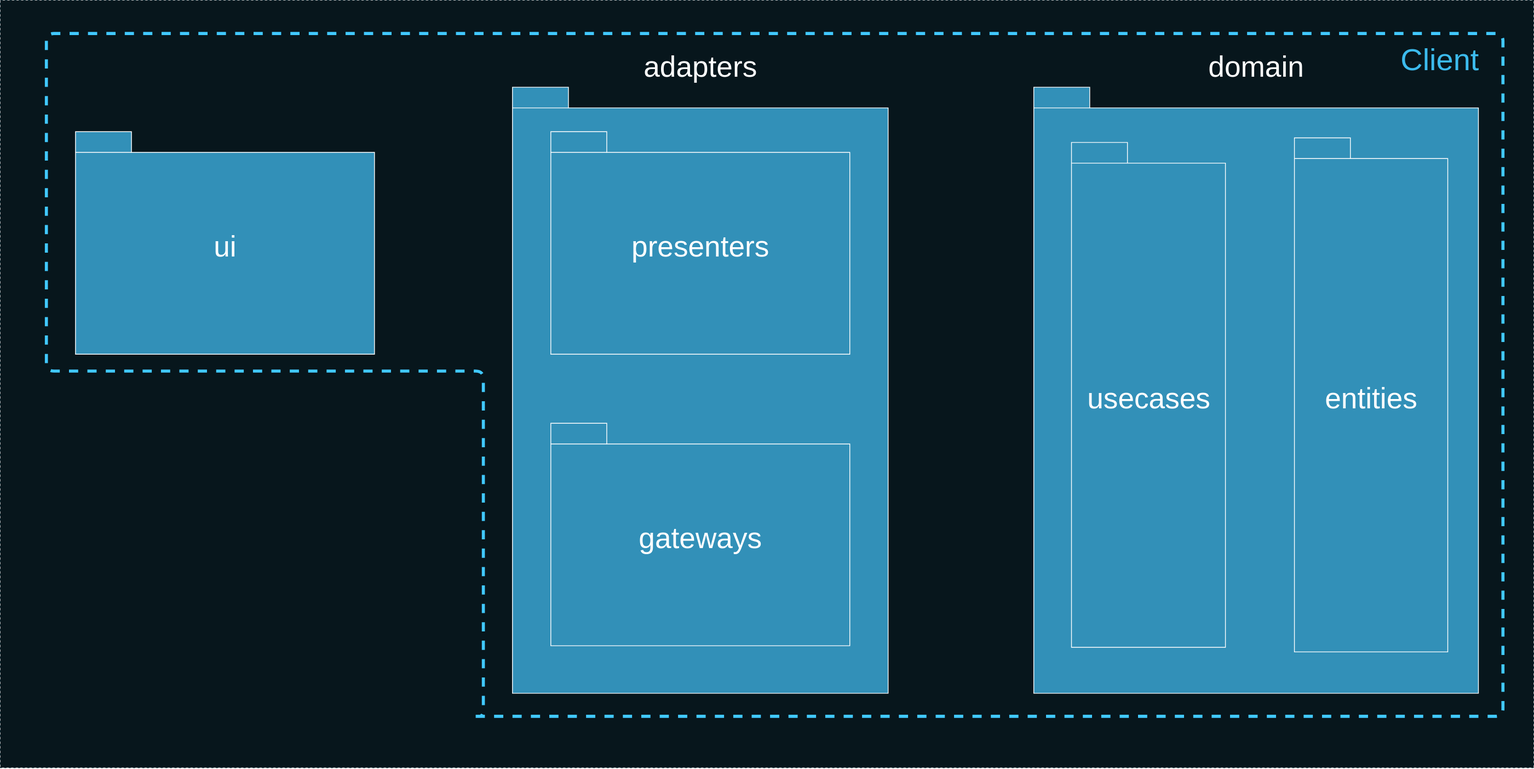
Above: deck/ru/diagrams/packagesClient.svg in AlexanderLapygin/ca-react-rest-api-starter (draw.io), before the change. Source tidied: cells renumbered, new cells last; positions are measured from the earlier drawing's top-left corner, leaving out a move shared by most shapes.
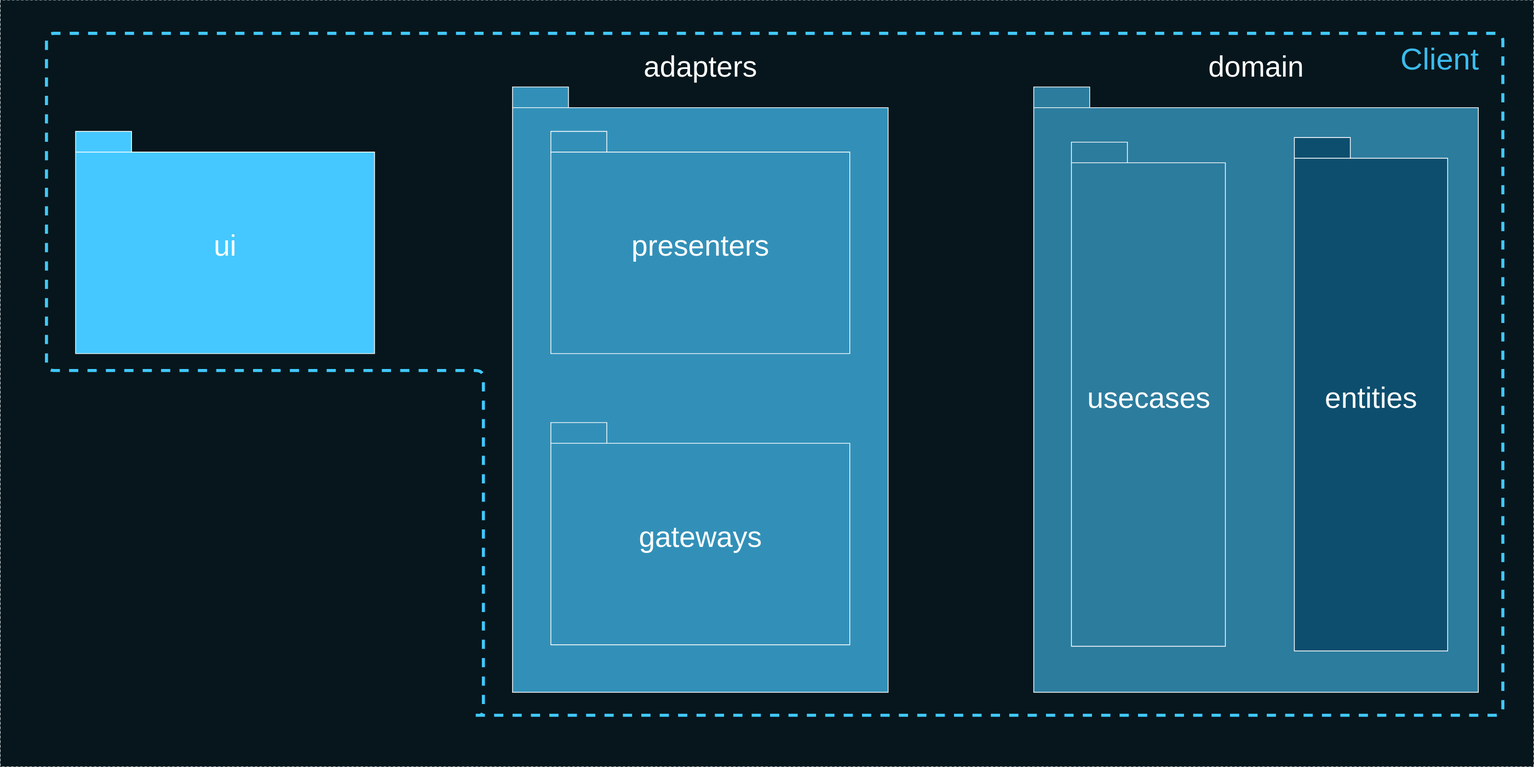
Later version of the same file.

The edit, as a diff of the source:
```diff
@@ -5,7 +5,7 @@
     <mxCell id="2" style="rounded=0;whiteSpace=wrap;html=1;fillColor=#07161C;fontSize=30;fontColor=#FFFFFF;strokeColor=#0C242E;dashed=1;" parent="1" vertex="1">
       <mxGeometry y="-0.1" width="2000" height="1000" as="geometry" />
     </mxCell>
-    <mxCell id="3" value="&lt;font color=&quot;#ffffff&quot; style=&quot;font-size: 38px&quot;&gt;ui&lt;/font&gt;" style="shape=folder;fontStyle=0;spacingTop=10;tabWidth=73;tabHeight=27;tabPosition=left;html=1;strokeColor=#FFFFFF;fillColor=#3290B8;" parent="1" vertex="1">
+    <mxCell id="3" value="&lt;font color=&quot;#ffffff&quot; style=&quot;font-size: 38px&quot;&gt;ui&lt;/font&gt;" style="shape=folder;fontStyle=0;spacingTop=10;tabWidth=73;tabHeight=27;tabPosition=left;html=1;strokeColor=#FFFFFF;fillColor=#45C8FF;" parent="1" vertex="1">
       <mxGeometry x="98" y="171" width="390" height="290" as="geometry" />
     </mxCell>
     <mxCell id="4" style="group;" parent="1" vertex="1">
@@ -23,13 +23,13 @@
     <mxCell id="8" style="group;" parent="1" vertex="1">
       <mxGeometry x="1348" y="113" width="580" height="790" as="geometry" />
     </mxCell>
-    <mxCell id="9" value="&lt;font color=&quot;#ffffff&quot; style=&quot;font-size: 38px&quot;&gt;domain&lt;/font&gt;" style="shape=folder;fontStyle=0;spacingTop=10;tabWidth=73;tabHeight=27;tabPosition=left;html=1;strokeColor=#FFFFFF;fillColor=#3290B8;labelPosition=center;verticalLabelPosition=top;align=center;verticalAlign=bottom;" parent="8" vertex="1">
+    <mxCell id="9" value="&lt;font color=&quot;#ffffff&quot; style=&quot;font-size: 38px&quot;&gt;domain&lt;/font&gt;" style="shape=folder;fontStyle=0;spacingTop=10;tabWidth=73;tabHeight=27;tabPosition=left;html=1;strokeColor=#FFFFFF;fillColor=#2C7C9E;labelPosition=center;verticalLabelPosition=top;align=center;verticalAlign=bottom;" parent="8" vertex="1">
       <mxGeometry width="580" height="790" as="geometry" />
     </mxCell>
-    <mxCell id="10" value="&lt;font color=&quot;#ffffff&quot; style=&quot;font-size: 38px&quot;&gt;entities&lt;/font&gt;" style="shape=folder;fontStyle=0;spacingTop=10;tabWidth=73;tabHeight=27;tabPosition=left;html=1;strokeColor=#FFFFFF;fillColor=#3290B8;" parent="8" vertex="1">
+    <mxCell id="10" value="&lt;font color=&quot;#ffffff&quot; style=&quot;font-size: 38px&quot;&gt;entities&lt;/font&gt;" style="shape=folder;fontStyle=0;spacingTop=10;tabWidth=73;tabHeight=27;tabPosition=left;html=1;strokeColor=#FFFFFF;fillColor=#0D4E6E;" parent="8" vertex="1">
       <mxGeometry x="340" y="66" width="200" height="670" as="geometry" />
     </mxCell>
-    <mxCell id="11" value="&lt;font color=&quot;#ffffff&quot; style=&quot;font-size: 38px&quot;&gt;usecases&lt;/font&gt;" style="shape=folder;fontStyle=0;spacingTop=10;tabWidth=73;tabHeight=27;tabPosition=left;html=1;strokeColor=#FFFFFF;fillColor=#3290B8;" parent="8" vertex="1">
+    <mxCell id="11" value="&lt;font color=&quot;#ffffff&quot; style=&quot;font-size: 38px&quot;&gt;usecases&lt;/font&gt;" style="shape=folder;fontStyle=0;spacingTop=10;tabWidth=73;tabHeight=27;tabPosition=left;html=1;strokeColor=#FFFFFF;fillColor=#2C7C9E;" parent="8" vertex="1">
       <mxGeometry x="49.2" y="72" width="200.8" height="658" as="geometry" />
     </mxCell>
     <mxCell id="12" style="group;" parent="1" vertex="1">
```
